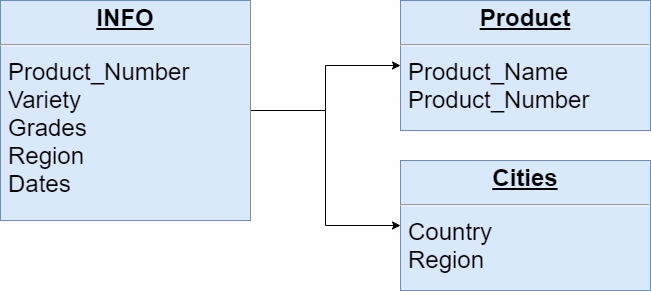
This is Schema.drawio.png from donghyun-daniel/Tridge_Assignment, a draw.io export, as it was before one commit. Source tidied: cells renumbered, new cells last; positions are measured from the earlier drawing's top-left corner, leaving out a move shared by most shapes. Source of this version:
```xml
<mxGraphModel>
  <root>
    <mxCell id="0" />
    <mxCell id="1" parent="0" />
    <mxCell id="2" style="edgeStyle=orthogonalEdgeStyle;rounded=0;jettySize=auto;html=1;entryX=0;entryY=0.5;entryDx=0;entryDy=0;fontFamily=Helvetica;fontSize=24;" parent="1" edge="1" source="4" target="5">
      <mxGeometry relative="1" as="geometry" />
    </mxCell>
    <mxCell id="3" style="edgeStyle=orthogonalEdgeStyle;rounded=0;jettySize=auto;html=1;exitX=1;exitY=0.5;exitDx=0;exitDy=0;entryX=0;entryY=0.5;entryDx=0;entryDy=0;fontFamily=Helvetica;fontSize=24;" parent="1" edge="1" source="4" target="6">
      <mxGeometry relative="1" as="geometry" />
    </mxCell>
    <mxCell id="4" value="&lt;p style=&quot;margin: 4px 0px 0px ; text-align: center ; text-decoration: underline ; font-size: 24px&quot;&gt;&lt;font style=&quot;font-size: 24px&quot;&gt;&lt;b&gt;INFO&lt;/b&gt;&lt;/font&gt;&lt;/p&gt;&lt;hr style=&quot;font-size: 24px&quot;&gt;&lt;p style=&quot;margin: 0px 0px 0px 8px ; font-size: 24px&quot;&gt;&lt;span&gt;Product_Number&lt;/span&gt;&lt;/p&gt;&lt;p style=&quot;margin: 0px 0px 0px 8px ; font-size: 24px&quot;&gt;&lt;font style=&quot;font-size: 24px&quot;&gt;Variety&lt;/font&gt;&lt;/p&gt;&lt;p style=&quot;margin: 0px 0px 0px 8px ; font-size: 24px&quot;&gt;&lt;font style=&quot;font-size: 24px&quot;&gt;Grades&lt;/font&gt;&lt;/p&gt;&lt;p style=&quot;margin: 0px 0px 0px 8px ; font-size: 24px&quot;&gt;&lt;font style=&quot;font-size: 24px&quot;&gt;Region&lt;/font&gt;&lt;/p&gt;&lt;p style=&quot;margin: 0px 0px 0px 8px ; font-size: 24px&quot;&gt;&lt;font style=&quot;font-size: 24px&quot;&gt;Dates&lt;/font&gt;&lt;/p&gt;" style="verticalAlign=top;align=left;overflow=fill;fontSize=12;fontFamily=Helvetica;html=1;rounded=0;shadow=0;comic=0;labelBackgroundColor=none;strokeWidth=1;fillColor=#dae8fc;strokeColor=#6c8ebf;" parent="1" vertex="1">
      <mxGeometry width="250" height="220" as="geometry" />
    </mxCell>
    <mxCell id="5" value="&lt;p style=&quot;margin: 4px 0px 0px ; text-align: center ; text-decoration: underline ; font-size: 24px&quot;&gt;&lt;b&gt;Product&lt;/b&gt;&lt;/p&gt;&lt;hr style=&quot;font-size: 24px&quot;&gt;&lt;p style=&quot;margin: 0px 0px 0px 8px ; font-size: 24px&quot;&gt;Product_Name&lt;/p&gt;&lt;p style=&quot;margin: 0px 0px 0px 8px ; font-size: 24px&quot;&gt;Product_Number&lt;/p&gt;" style="verticalAlign=top;align=left;overflow=fill;fontSize=12;fontFamily=Helvetica;html=1;rounded=0;shadow=0;comic=0;labelBackgroundColor=none;strokeWidth=1;fillColor=#dae8fc;strokeColor=#6c8ebf;" parent="1" vertex="1">
      <mxGeometry x="400" width="250" height="130" as="geometry" />
    </mxCell>
    <mxCell id="6" value="&lt;p style=&quot;margin: 4px 0px 0px ; text-align: center ; text-decoration: underline ; font-size: 24px&quot;&gt;&lt;b&gt;Cities&lt;/b&gt;&lt;/p&gt;&lt;hr style=&quot;font-size: 24px&quot;&gt;&lt;p style=&quot;margin: 0px 0px 0px 8px ; font-size: 24px&quot;&gt;Country&lt;/p&gt;&lt;p style=&quot;margin: 0px 0px 0px 8px ; font-size: 24px&quot;&gt;Region&lt;/p&gt;" style="verticalAlign=top;align=left;overflow=fill;fontSize=12;fontFamily=Helvetica;html=1;rounded=0;shadow=0;comic=0;labelBackgroundColor=none;strokeWidth=1;fillColor=#dae8fc;strokeColor=#6c8ebf;" parent="1" vertex="1">
      <mxGeometry x="400" y="160" width="250" height="130" as="geometry" />
    </mxCell>
  </root>
</mxGraphModel>
```
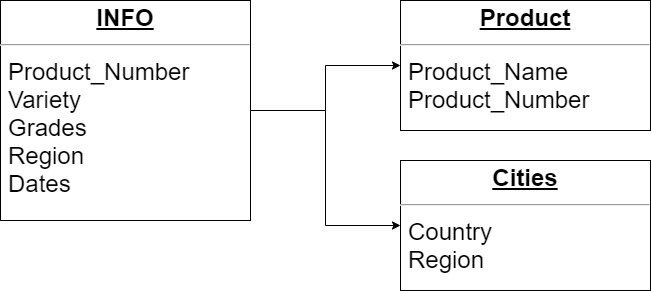
After the change.

Change to the diagram source:
```diff
@@ -8,13 +8,13 @@
     <mxCell id="3" style="edgeStyle=orthogonalEdgeStyle;rounded=0;jettySize=auto;html=1;exitX=1;exitY=0.5;exitDx=0;exitDy=0;entryX=0;entryY=0.5;entryDx=0;entryDy=0;fontFamily=Helvetica;fontSize=24;" parent="1" edge="1" source="4" target="6">
       <mxGeometry relative="1" as="geometry" />
     </mxCell>
-    <mxCell id="4" value="&lt;p style=&quot;margin: 4px 0px 0px ; text-align: center ; text-decoration: underline ; font-size: 24px&quot;&gt;&lt;font style=&quot;font-size: 24px&quot;&gt;&lt;b&gt;INFO&lt;/b&gt;&lt;/font&gt;&lt;/p&gt;&lt;hr style=&quot;font-size: 24px&quot;&gt;&lt;p style=&quot;margin: 0px 0px 0px 8px ; font-size: 24px&quot;&gt;&lt;span&gt;Product_Number&lt;/span&gt;&lt;/p&gt;&lt;p style=&quot;margin: 0px 0px 0px 8px ; font-size: 24px&quot;&gt;&lt;font style=&quot;font-size: 24px&quot;&gt;Variety&lt;/font&gt;&lt;/p&gt;&lt;p style=&quot;margin: 0px 0px 0px 8px ; font-size: 24px&quot;&gt;&lt;font style=&quot;font-size: 24px&quot;&gt;Grades&lt;/font&gt;&lt;/p&gt;&lt;p style=&quot;margin: 0px 0px 0px 8px ; font-size: 24px&quot;&gt;&lt;font style=&quot;font-size: 24px&quot;&gt;Region&lt;/font&gt;&lt;/p&gt;&lt;p style=&quot;margin: 0px 0px 0px 8px ; font-size: 24px&quot;&gt;&lt;font style=&quot;font-size: 24px&quot;&gt;Dates&lt;/font&gt;&lt;/p&gt;" style="verticalAlign=top;align=left;overflow=fill;fontSize=12;fontFamily=Helvetica;html=1;rounded=0;shadow=0;comic=0;labelBackgroundColor=none;strokeWidth=1;fillColor=#dae8fc;strokeColor=#6c8ebf;" parent="1" vertex="1">
+    <mxCell id="4" value="&lt;p style=&quot;margin: 4px 0px 0px ; text-align: center ; text-decoration: underline ; font-size: 24px&quot;&gt;&lt;font style=&quot;font-size: 24px&quot;&gt;&lt;b&gt;INFO&lt;/b&gt;&lt;/font&gt;&lt;/p&gt;&lt;hr style=&quot;font-size: 24px&quot;&gt;&lt;p style=&quot;margin: 0px 0px 0px 8px ; font-size: 24px&quot;&gt;&lt;span&gt;Product_Number&lt;/span&gt;&lt;/p&gt;&lt;p style=&quot;margin: 0px 0px 0px 8px ; font-size: 24px&quot;&gt;&lt;font style=&quot;font-size: 24px&quot;&gt;Variety&lt;/font&gt;&lt;/p&gt;&lt;p style=&quot;margin: 0px 0px 0px 8px ; font-size: 24px&quot;&gt;&lt;font style=&quot;font-size: 24px&quot;&gt;Grades&lt;/font&gt;&lt;/p&gt;&lt;p style=&quot;margin: 0px 0px 0px 8px ; font-size: 24px&quot;&gt;&lt;font style=&quot;font-size: 24px&quot;&gt;Region&lt;/font&gt;&lt;/p&gt;&lt;p style=&quot;margin: 0px 0px 0px 8px ; font-size: 24px&quot;&gt;&lt;font style=&quot;font-size: 24px&quot;&gt;Dates&lt;/font&gt;&lt;/p&gt;" style="verticalAlign=top;align=left;overflow=fill;fontSize=12;fontFamily=Helvetica;html=1;rounded=0;shadow=0;comic=0;labelBackgroundColor=none;strokeWidth=1;" parent="1" vertex="1">
       <mxGeometry width="250" height="220" as="geometry" />
     </mxCell>
-    <mxCell id="5" value="&lt;p style=&quot;margin: 4px 0px 0px ; text-align: center ; text-decoration: underline ; font-size: 24px&quot;&gt;&lt;b&gt;Product&lt;/b&gt;&lt;/p&gt;&lt;hr style=&quot;font-size: 24px&quot;&gt;&lt;p style=&quot;margin: 0px 0px 0px 8px ; font-size: 24px&quot;&gt;Product_Name&lt;/p&gt;&lt;p style=&quot;margin: 0px 0px 0px 8px ; font-size: 24px&quot;&gt;Product_Number&lt;/p&gt;" style="verticalAlign=top;align=left;overflow=fill;fontSize=12;fontFamily=Helvetica;html=1;rounded=0;shadow=0;comic=0;labelBackgroundColor=none;strokeWidth=1;fillColor=#dae8fc;strokeColor=#6c8ebf;" parent="1" vertex="1">
+    <mxCell id="5" value="&lt;p style=&quot;margin: 4px 0px 0px ; text-align: center ; text-decoration: underline ; font-size: 24px&quot;&gt;&lt;b&gt;Product&lt;/b&gt;&lt;/p&gt;&lt;hr style=&quot;font-size: 24px&quot;&gt;&lt;p style=&quot;margin: 0px 0px 0px 8px ; font-size: 24px&quot;&gt;Product_Name&lt;/p&gt;&lt;p style=&quot;margin: 0px 0px 0px 8px ; font-size: 24px&quot;&gt;Product_Number&lt;/p&gt;" style="verticalAlign=top;align=left;overflow=fill;fontSize=12;fontFamily=Helvetica;html=1;rounded=0;shadow=0;comic=0;labelBackgroundColor=none;strokeWidth=1;" parent="1" vertex="1">
       <mxGeometry x="400" width="250" height="130" as="geometry" />
     </mxCell>
-    <mxCell id="6" value="&lt;p style=&quot;margin: 4px 0px 0px ; text-align: center ; text-decoration: underline ; font-size: 24px&quot;&gt;&lt;b&gt;Cities&lt;/b&gt;&lt;/p&gt;&lt;hr style=&quot;font-size: 24px&quot;&gt;&lt;p style=&quot;margin: 0px 0px 0px 8px ; font-size: 24px&quot;&gt;Country&lt;/p&gt;&lt;p style=&quot;margin: 0px 0px 0px 8px ; font-size: 24px&quot;&gt;Region&lt;/p&gt;" style="verticalAlign=top;align=left;overflow=fill;fontSize=12;fontFamily=Helvetica;html=1;rounded=0;shadow=0;comic=0;labelBackgroundColor=none;strokeWidth=1;fillColor=#dae8fc;strokeColor=#6c8ebf;" parent="1" vertex="1">
+    <mxCell id="6" value="&lt;p style=&quot;margin: 4px 0px 0px ; text-align: center ; text-decoration: underline ; font-size: 24px&quot;&gt;&lt;b&gt;Cities&lt;/b&gt;&lt;/p&gt;&lt;hr style=&quot;font-size: 24px&quot;&gt;&lt;p style=&quot;margin: 0px 0px 0px 8px ; font-size: 24px&quot;&gt;Country&lt;/p&gt;&lt;p style=&quot;margin: 0px 0px 0px 8px ; font-size: 24px&quot;&gt;Region&lt;/p&gt;" style="verticalAlign=top;align=left;overflow=fill;fontSize=12;fontFamily=Helvetica;html=1;rounded=0;shadow=0;comic=0;labelBackgroundColor=none;strokeWidth=1;" parent="1" vertex="1">
       <mxGeometry x="400" y="160" width="250" height="130" as="geometry" />
     </mxCell>
   </root>
```
